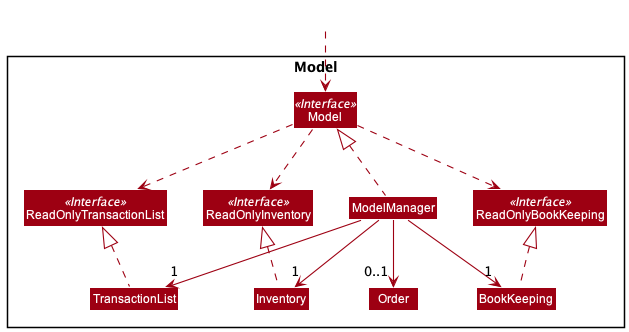
This is docs/images/ModelClassDiagram.png from nus-cs2103-AY2122S1/tp, a PlantUML export, as it was before one commit.
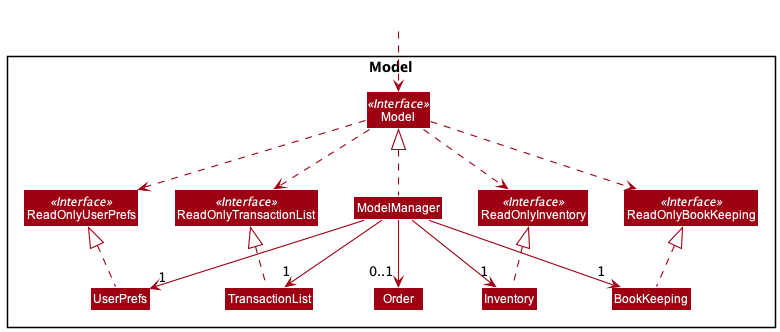
Above is the later version.

Commit message:
Update low level class diagram

The edit, as a diff of the source:
```diff
@@ -9,16 +9,19 @@
 Interface Model <<Interface>>
 Interface ReadOnlyTransactionList <<Interface>>
 Interface ReadOnlyBookKeeping <<Interface>>
+Interface ReadOnlyUserPrefs <<Interface>>
 Class Model
 Class ModelManager
 Class ReadOnlyInventory
 Class ReadOnlyTransactionList
 Class ReadOnlyBookKeeping
+Class ReadOnlyUserPrefs
 
 Class Inventory
 Class TransactionList
 Class BookKeeping
 Class Order
+Class UserPrefs
 }
 
 Class HiddenOutside #FFFFFF
@@ -27,16 +30,19 @@
 Model ..> ReadOnlyBookKeeping
 Model ..> ReadOnlyTransactionList
 Model ..> ReadOnlyInventory
+Model ..> ReadOnlyUserPrefs
 
 
 BookKeeping .up.|> ReadOnlyBookKeeping
 Inventory .up.|> ReadOnlyInventory
 TransactionList .up.|> ReadOnlyTransactionList
+UserPrefs .up.|> ReadOnlyUserPrefs
 
 ModelManager .up.|> Model
 ModelManager --> "1" BookKeeping
 ModelManager --> "1" Inventory
 ModelManager --> "1" TransactionList
 ModelManager --> "0..1" Order
+ModelManager --> "1" UserPrefs
 
 @enduml
```
